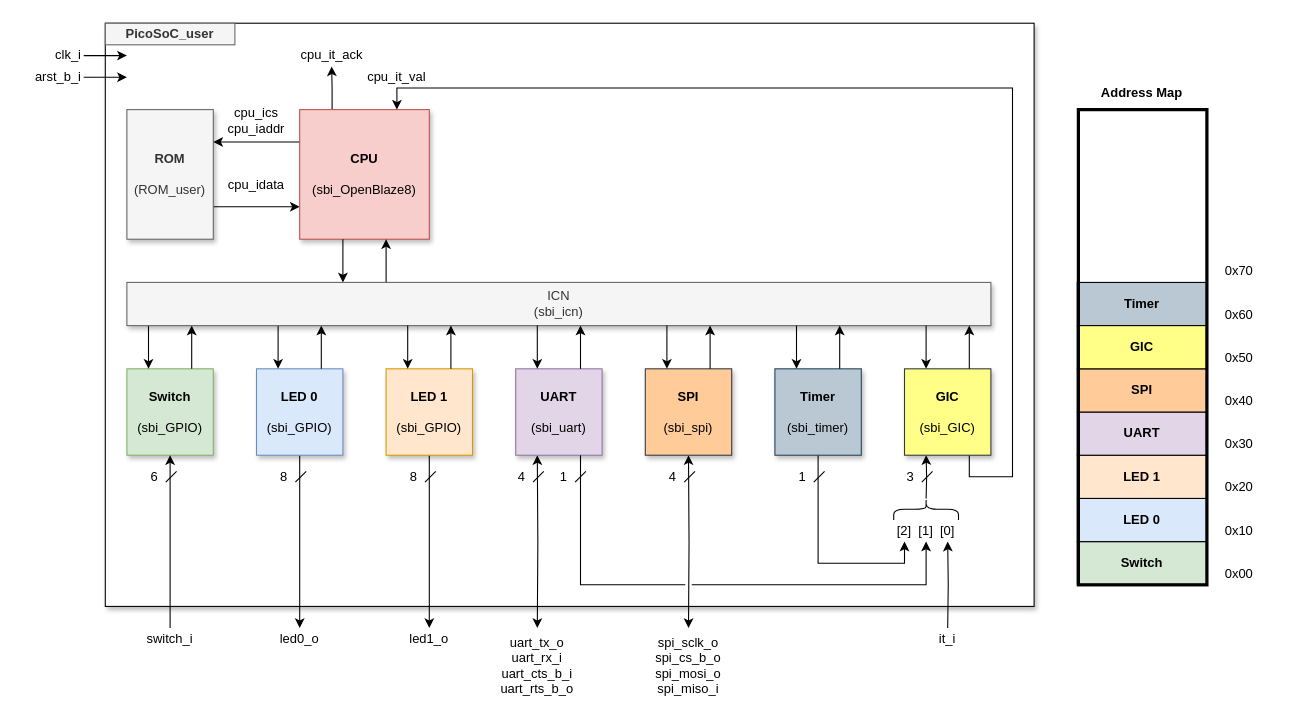
Above: page "labo02" (2 of 14) of doc/ressources/labo.drawio in deuskane/ESIEE_SEI_5201A (draw.io), before the change. Source tidied: cells renumbered, new cells numbered last; positions are measured from the earlier drawing's top-left corner, leaving out a move shared by most shapes. Both pictures are drawn from the tidied source at 108%, with x=0, y=0 at pixel (18, 23).
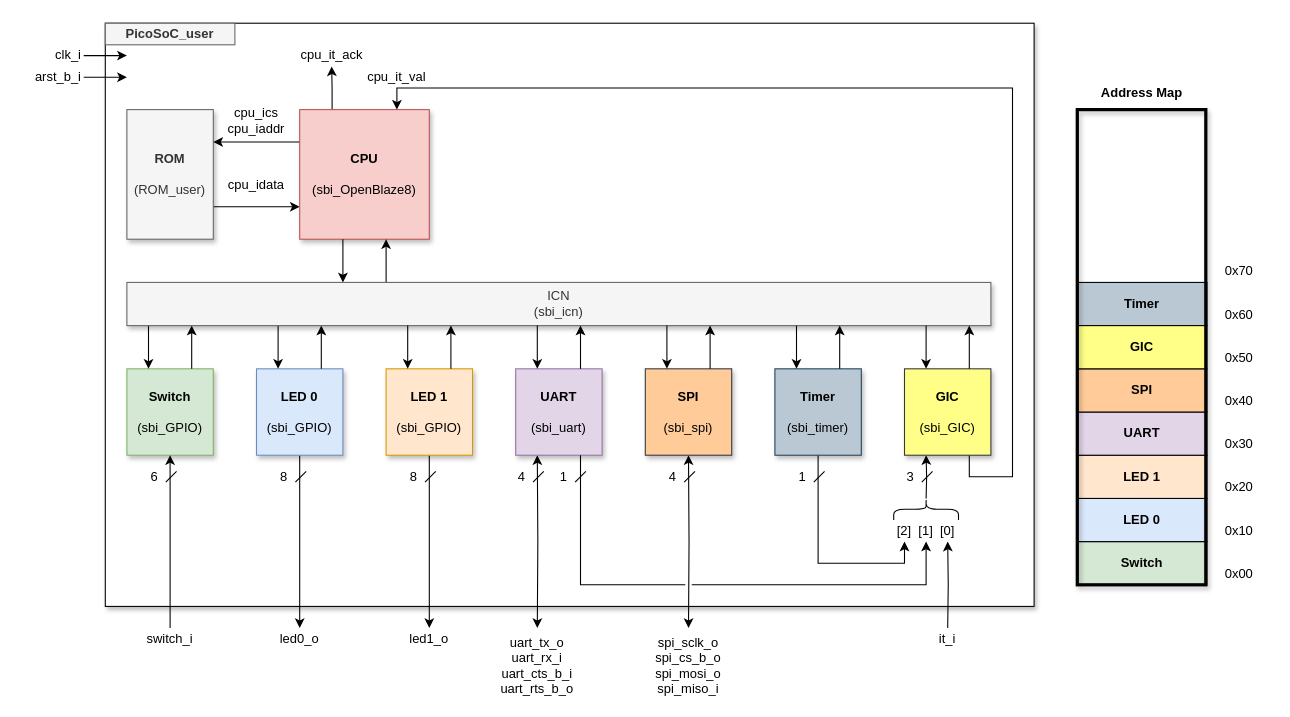
The same diagram, later.

Commit message (it also covers changes not shown here):
labo.drawio : add block diagram for labo03

Change to the diagram source:
```diff
@@
-    <mxCell id="86" style="rounded=0;whiteSpace=wrap;html=1;strokeWidth=3;shadow=0;fillColor=none;" parent="78" vertex="1">
-      <mxGeometry x="981" y="80" width="119" height="440" as="geometry" />
-    </mxCell>
@@
+    <mxCell id="96" parent="0" />
+    <mxCell id="97" style="rounded=0;whiteSpace=wrap;html=1;strokeWidth=3;shadow=1;fillColor=none;" parent="96" vertex="1">
+      <mxGeometry x="980" y="80" width="119" height="440" as="geometry" />
+    </mxCell>
```
